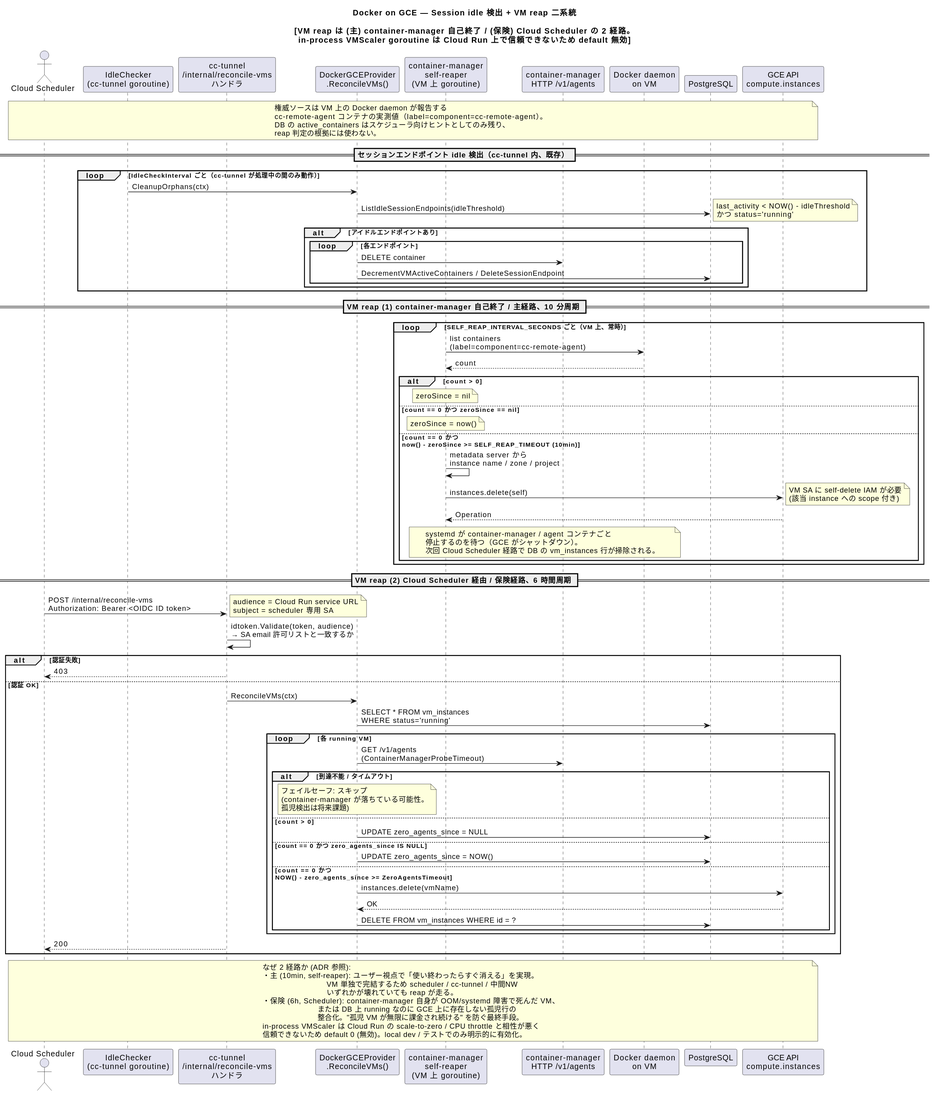
pollenjp/cc-tunnel keeps this PlantUML diagram as docs/plantuml/out/docker_gce_idle_cleanup.svg. Above is the earlier version.
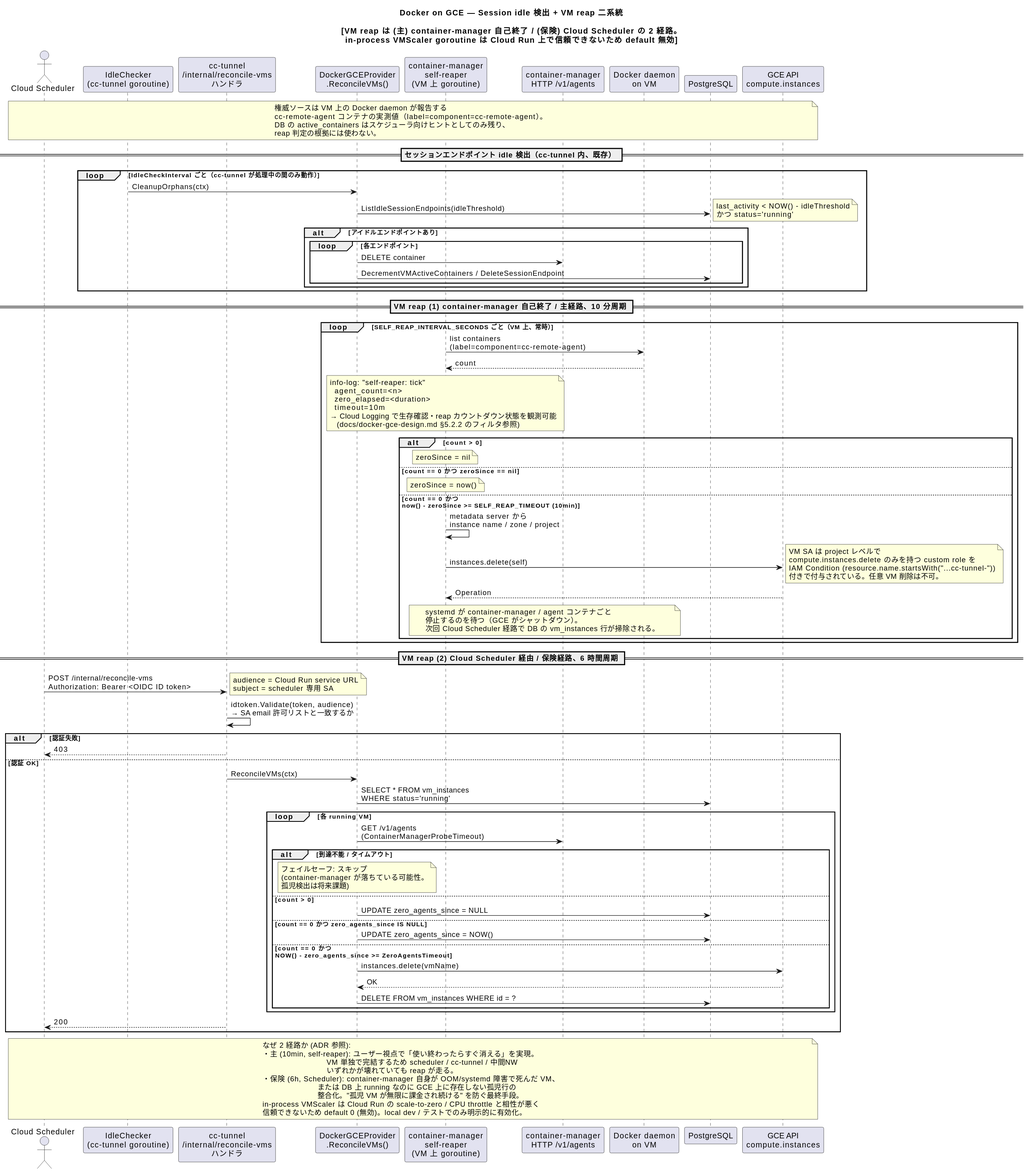
Above is the later version.

Commit message:
docs(dockergce): finalize VM reap docs after Step C lands

Diff of the diagram source:
```diff
@@ -37,6 +37,14 @@
 loop SELF_REAP_INTERVAL_SECONDS ごと（VM 上、常時）
   SelfReaper -> Docker: list containers\n(label=component=cc-remote-agent)
   Docker --> SelfReaper: count
+  note over SelfReaper
+    info-log: "self-reaper: tick"
+      agent_count=<n>
+      zero_elapsed=<duration>
+      timeout=10m
+    → Cloud Logging で生存確認・reap カウントダウン状態を観測可能
+       (docs/docker-gce-design.md §5.2.2 のフィルタ参照)
+  end note
   alt count > 0
     note over SelfReaper: zeroSince = nil
   else count == 0 かつ zeroSince == nil
@@ -44,7 +52,12 @@
   else count == 0 かつ\nnow() - zeroSince >= SELF_REAP_TIMEOUT (10min)
     SelfReaper -> SelfReaper: metadata server から\ninstance name / zone / project
     SelfReaper -> GCEAPI: instances.delete(self)
-    note right: VM SA に self-delete IAM が必要\n(該当 instance への scope 付き)
+    note right
+      VM SA は project レベルで
+      compute.instances.delete のみを持つ custom role を
+      IAM Condition (resource.name.startsWith("...cc-tunnel-"))
+      付きで付与されている。任意 VM 削除は不可。
+    end note
     GCEAPI --> SelfReaper: Operation
     note over SelfReaper, Docker
       systemd が container-manager / agent コンテナごと
```
